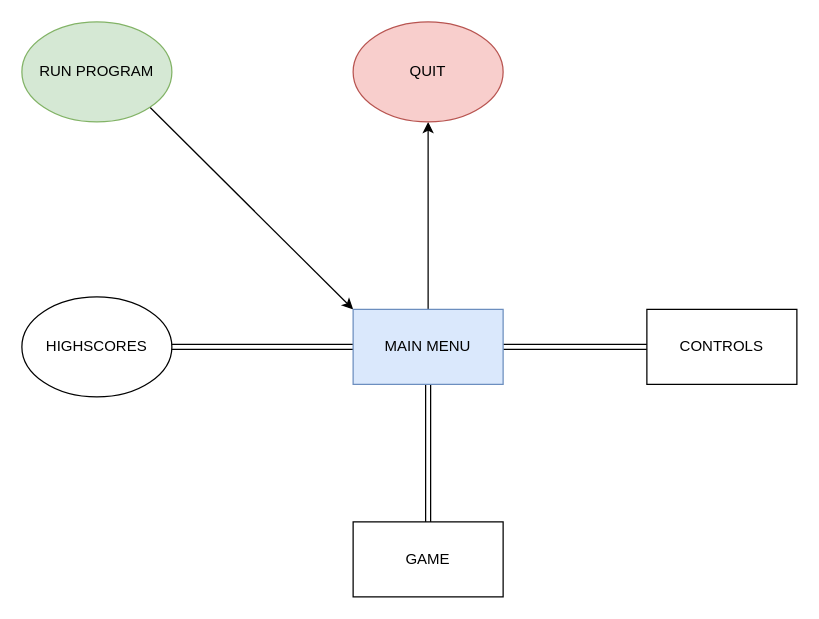
The draw.io diagram page "MAIN MENU" (1 of 6) of Design.drawio in Llordy/RESTLESS, before the edit. Source tidied: cells renumbered, new cells numbered last; positions are measured from the earlier drawing's top-left corner, leaving out a move shared by most shapes. Both pictures are drawn from the tidied source at 125%, with x=0, y=0 at pixel (21, 21).
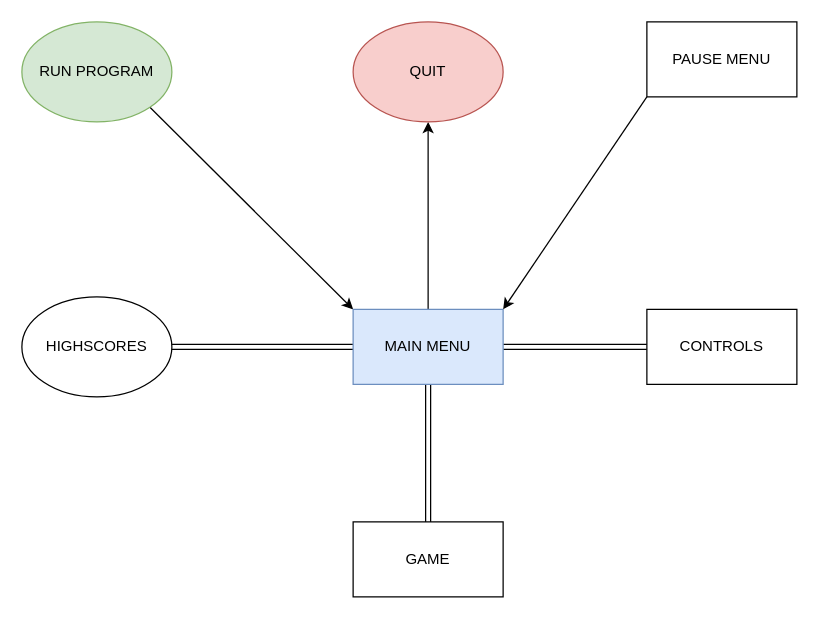
After the change.

Change to the diagram source:
```diff
@@
 <mxGraphModel>
   <root>
     <mxCell id="0" />
     <mxCell id="1" parent="0" />
     <mxCell id="2" style="edgeStyle=orthogonalEdgeStyle;rounded=0;jettySize=auto;html=1;shape=link;" parent="1" edge="1" source="7">
       <mxGeometry relative="1" as="geometry">
         <mxPoint x="325" y="400" as="targetPoint" />
       </mxGeometry>
     </mxCell>
     <mxCell id="3" style="edgeStyle=orthogonalEdgeStyle;rounded=0;jettySize=auto;html=1;entryX=1;entryY=0.5;entryDx=0;entryDy=0;shape=link;" parent="1" edge="1" source="7" target="12">
       <mxGeometry relative="1" as="geometry" />
     </mxCell>
     <mxCell id="4" style="edgeStyle=orthogonalEdgeStyle;rounded=0;jettySize=auto;html=1;entryX=0;entryY=0.5;entryDx=0;entryDy=0;shape=link;" parent="1" edge="1" source="7" target="9">
       <mxGeometry relative="1" as="geometry" />
     </mxCell>
     <mxCell id="5" style="edgeStyle=orthogonalEdgeStyle;rounded=0;jettySize=auto;html=1;entryX=0.5;entryY=1;entryDx=0;entryDy=0;" parent="1" edge="1" source="7" target="11">
       <mxGeometry relative="1" as="geometry" />
     </mxCell>
     <mxCell id="6" style="rounded=0;jettySize=auto;html=1;exitX=1;exitY=1;exitDx=0;exitDy=0;entryX=0;entryY=0;entryDx=0;entryDy=0;" parent="1" edge="1" source="10" target="7">
       <mxGeometry relative="1" as="geometry" />
     </mxCell>
     <mxCell id="7" value="MAIN MENU" style="whiteSpace=wrap;html=1;fillColor=#dae8fc;strokeColor=#6c8ebf;" parent="1" vertex="1">
       <mxGeometry x="265" y="230" width="120" height="60" as="geometry" />
     </mxCell>
     <mxCell id="8" value="GAME" style="whiteSpace=wrap;html=1;" parent="1" vertex="1">
       <mxGeometry x="265" y="400" width="120" height="60" as="geometry" />
     </mxCell>
     <mxCell id="9" value="CONTROLS" style="whiteSpace=wrap;html=1;" parent="1" vertex="1">
       <mxGeometry x="500" y="230" width="120" height="60" as="geometry" />
     </mxCell>
     <mxCell id="10" value="RUN PROGRAM" style="ellipse;whiteSpace=wrap;html=1;fillColor=#d5e8d4;strokeColor=#82b366;" parent="1" vertex="1">
       <mxGeometry width="120" height="80" as="geometry" />
     </mxCell>
     <mxCell id="11" value="QUIT" style="ellipse;whiteSpace=wrap;html=1;fillColor=#f8cecc;strokeColor=#b85450;" parent="1" vertex="1">
       <mxGeometry x="265" width="120" height="80" as="geometry" />
     </mxCell>
     <mxCell id="12" value="HIGHSCORES" style="ellipse;whiteSpace=wrap;html=1;" parent="1" vertex="1">
       <mxGeometry y="220" width="120" height="80" as="geometry" />
     </mxCell>
+    <mxCell id="13" style="rounded=0;jettySize=auto;html=1;exitX=0;exitY=1;exitDx=0;exitDy=0;entryX=1;entryY=0;entryDx=0;entryDy=0;" parent="1" edge="1" source="14" target="7">
+      <mxGeometry relative="1" as="geometry" />
+    </mxCell>
+    <mxCell id="14" value="PAUSE MENU" style="whiteSpace=wrap;html=1;" parent="1" vertex="1">
+      <mxGeometry x="500" width="120" height="60" as="geometry" />
+    </mxCell>
   </root>
 </mxGraphModel>
```
